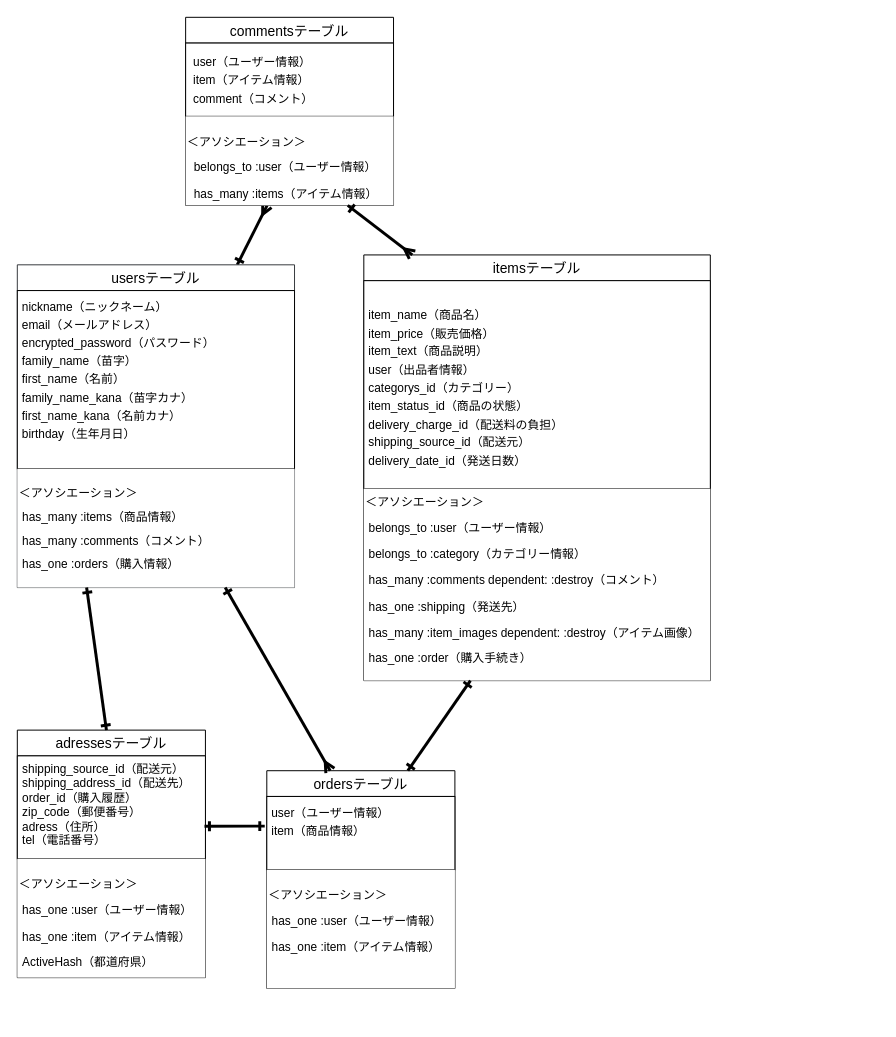
OgawaManami/furima-39432 keeps this draw.io diagram as furima.dio. Above is the earlier version. Source tidied: cells renumbered, new cells numbered last; positions are measured from the earlier drawing's top-left corner, leaving out a move shared by most shapes. Both pictures are drawn from the tidied source at 99%, with x=0, y=0 at pixel (17, 17).
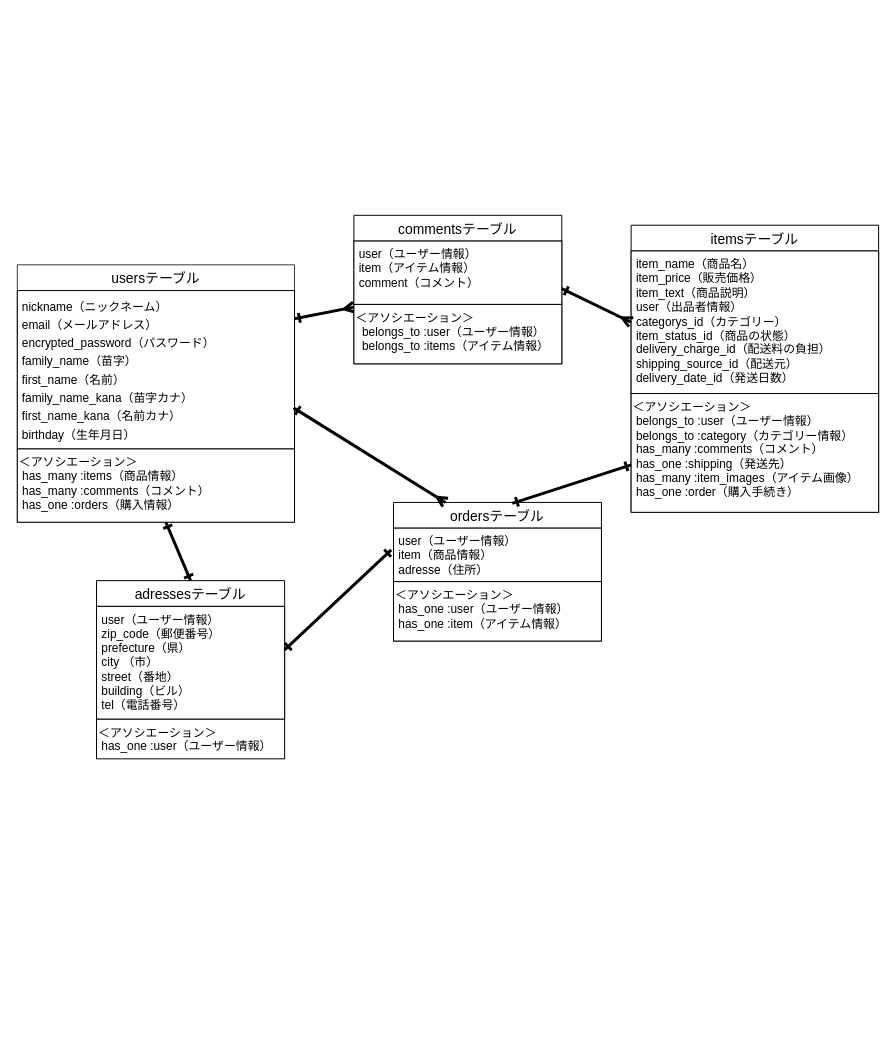
Above is the later version.

Commit message (it also covers changes not shown here):
データベース設計4

# What
ER図・READMEの修正

# Why
データベース設計のため

Change to the diagram source:
```diff
@@
-    <mxCell id="2" style="edgeStyle=none;html=1;strokeWidth=3;endArrow=ERmany;endFill=0;startArrow=ERone;startFill=0;strokeColor=#000000;" parent="1" edge="1" source="3" target="11">
-      <mxGeometry relative="1" as="geometry" />
+    <mxCell id="2" style="edgeStyle=none;html=1;strokeWidth=3;endArrow=ERmany;endFill=0;startArrow=ERone;startFill=0;strokeColor=#000000;" parent="1" edge="1">
+      <mxGeometry relative="1" as="geometry">
+        <mxPoint x="280" y="304.5" as="sourcePoint" />
+        <mxPoint x="340" y="292.7" as="targetPoint" />
+      </mxGeometry>
     </mxCell>
     <mxCell id="3" value="usersテーブル" style="swimlane;fontStyle=0;horizontal=1;startSize=26;align=center;fontSize=14;fillColor=#FFFFFF;strokeColor=#36393d;fontColor=#000000;" parent="1" vertex="1">
-      <mxGeometry y="250" width="280" height="326" as="geometry" />
+      <mxGeometry y="250" width="280" height="260" as="geometry" />
     </mxCell>
-    <mxCell id="4" value="&lt;table class=&quot;simple-table&quot; id=&quot;9bd185af-1321-4c39-ab8a-a43b24b46830&quot;&gt;&lt;tbody&gt;&lt;tr id=&quot;a2c3a442-52ed-4d08-809d-d97ec05c8d3c&quot;&gt;&lt;td style=&quot;width:248.00001525878906px&quot; class=&quot;&quot; id=&quot;:SyN&quot;&gt;nickname（ニックネーム）&lt;/td&gt;&lt;/tr&gt;&lt;tr id=&quot;347a06f4-fe62-43ce-8f1f-9031ac4db5f0&quot;&gt;&lt;td style=&quot;width:248.00001525878906px&quot; class=&quot;&quot; id=&quot;:SyN&quot;&gt;email（メールアドレス）&lt;/td&gt;&lt;/tr&gt;&lt;tr id=&quot;c9671967-ed56-4b54-a96a-01b75f40e549&quot;&gt;&lt;td style=&quot;width:248.00001525878906px&quot; class=&quot;&quot; id=&quot;:SyN&quot;&gt;encrypted_password（パスワード）&lt;/td&gt;&lt;/tr&gt;&lt;tr id=&quot;ae64fb5e-827f-4219-a7c3-fcb88f4b489c&quot;&gt;&lt;td style=&quot;width:248.00001525878906px&quot; class=&quot;&quot; id=&quot;:SyN&quot;&gt;family_name（苗字）&lt;/td&gt;&lt;/tr&gt;&lt;tr id=&quot;817beb4f-c22e-435a-bb0d-8ec43aee03ff&quot;&gt;&lt;td style=&quot;width:248.00001525878906px&quot; class=&quot;&quot; id=&quot;:SyN&quot;&gt;first_name（名前）&lt;/td&gt;&lt;/tr&gt;&lt;tr id=&quot;5f4b0c21-7f36-498a-b97f-b03def7bd669&quot;&gt;&lt;td style=&quot;width:248.00001525878906px&quot; class=&quot;&quot; id=&quot;:SyN&quot;&gt;family_name_kana（苗字カナ）&lt;/td&gt;&lt;/tr&gt;&lt;tr id=&quot;3c18e8ee-b369-42ff-94bb-101354c91507&quot;&gt;&lt;td style=&quot;width:248.00001525878906px&quot; class=&quot;&quot; id=&quot;:SyN&quot;&gt;first_name_kana（名前カナ）&lt;/td&gt;&lt;/tr&gt;&lt;tr id=&quot;883e62f7-6aa8-416e-98df-8fdb998d4b7d&quot;&gt;&lt;td style=&quot;width:248.00001525878906px&quot; class=&quot;&quot; id=&quot;:SyN&quot;&gt;birthday（生年月日）&lt;br&gt;&lt;/td&gt;&lt;/tr&gt;&lt;tr id=&quot;df58a1e7-67f0-466e-8d68-42b73c981189&quot;&gt;&lt;td style=&quot;width:248.00001525878906px&quot; class=&quot;&quot; id=&quot;:SyN&quot;&gt;&lt;br&gt;&lt;/td&gt;&lt;/tr&gt;&lt;/tbody&gt;&lt;/table&gt;" style="text;html=1;align=left;verticalAlign=middle;strokeColor=#000000;fillColor=#FFFFFF;fontColor=#000000;" parent="3" vertex="1">
-      <mxGeometry y="26" width="280" height="180" as="geometry" />
+    <mxCell id="4" value="&lt;table style=&quot;&quot; class=&quot;simple-table&quot; id=&quot;9bd185af-1321-4c39-ab8a-a43b24b46830&quot;&gt;&lt;tbody&gt;&lt;tr id=&quot;a2c3a442-52ed-4d08-809d-d97ec05c8d3c&quot;&gt;&lt;td style=&quot;width: 248px;&quot; class=&quot;&quot; id=&quot;:SyN&quot;&gt;nickname（ニックネーム）&lt;/td&gt;&lt;/tr&gt;&lt;tr id=&quot;347a06f4-fe62-43ce-8f1f-9031ac4db5f0&quot;&gt;&lt;td style=&quot;width: 248px;&quot; class=&quot;&quot; id=&quot;:SyN&quot;&gt;email（メールアドレス）&lt;/td&gt;&lt;/tr&gt;&lt;tr id=&quot;c9671967-ed56-4b54-a96a-01b75f40e549&quot;&gt;&lt;td style=&quot;width: 248px;&quot; class=&quot;&quot; id=&quot;:SyN&quot;&gt;encrypted_password（パスワード）&lt;/td&gt;&lt;/tr&gt;&lt;tr id=&quot;ae64fb5e-827f-4219-a7c3-fcb88f4b489c&quot;&gt;&lt;td style=&quot;width: 248px;&quot; class=&quot;&quot; id=&quot;:SyN&quot;&gt;family_name（苗字）&lt;/td&gt;&lt;/tr&gt;&lt;tr id=&quot;817beb4f-c22e-435a-bb0d-8ec43aee03ff&quot;&gt;&lt;td style=&quot;width: 248px;&quot; class=&quot;&quot; id=&quot;:SyN&quot;&gt;first_name（名前）&lt;/td&gt;&lt;/tr&gt;&lt;tr id=&quot;5f4b0c21-7f36-498a-b97f-b03def7bd669&quot;&gt;&lt;td style=&quot;width: 248px;&quot; class=&quot;&quot; id=&quot;:SyN&quot;&gt;family_name_kana（苗字カナ）&lt;/td&gt;&lt;/tr&gt;&lt;tr id=&quot;3c18e8ee-b369-42ff-94bb-101354c91507&quot;&gt;&lt;td style=&quot;width: 248px;&quot; class=&quot;&quot; id=&quot;:SyN&quot;&gt;first_name_kana（名前カナ）&lt;/td&gt;&lt;/tr&gt;&lt;tr id=&quot;883e62f7-6aa8-416e-98df-8fdb998d4b7d&quot;&gt;&lt;td style=&quot;width: 248px;&quot; class=&quot;&quot; id=&quot;:SyN&quot;&gt;birthday（生年月日）&lt;/td&gt;&lt;/tr&gt;&lt;/tbody&gt;&lt;/table&gt;" style="text;whiteSpace=wrap;html=1;align=left;fillColor=#FFFFFF;fontColor=#000000;strokeColor=#000000;" parent="3" vertex="1">
+      <mxGeometry y="26" width="280" height="160" as="geometry" />
     </mxCell>
-    <mxCell id="5" value="&lt;p style=&quot;line-height: 100%;&quot;&gt;＜アソシエーション＞&lt;/p&gt;&lt;p style=&quot;line-height: 100%;&quot;&gt;&lt;span style=&quot;background-color: initial;&quot;&gt;&amp;nbsp;has_many :items（商品情報）&lt;/span&gt;&lt;/p&gt;&lt;p style=&quot;line-height: 100%;&quot;&gt;&lt;span style=&quot;background-color: initial;&quot;&gt;&amp;nbsp;has_many :comments（コメント）&lt;/span&gt;&lt;/p&gt;&lt;p style=&quot;line-height: 100%;&quot;&gt;&lt;span style=&quot;background-color: initial;&quot;&gt;&amp;nbsp;has_one :orders（購入情報）&lt;/span&gt;&lt;/p&gt;&lt;ul&gt;&lt;br&gt;&lt;/ul&gt;" style="text;whiteSpace=wrap;html=1;align=left;fillColor=#FFFFFF;fontColor=#000000;" parent="3" vertex="1">
-      <mxGeometry y="206" width="280" height="120" as="geometry" />
+    <mxCell id="5" value="&lt;div&gt;＜アソシエーション＞&lt;/div&gt;&lt;div&gt;&amp;nbsp;has_many :items（商品情報）&lt;/div&gt;&lt;div&gt;&amp;nbsp;has_many :comments（コメント）&lt;/div&gt;&lt;div&gt;&amp;nbsp;has_one :orders（購入情報）&lt;/div&gt;" style="text;whiteSpace=wrap;html=1;align=left;fillColor=#FFFFFF;fontColor=#000000;strokeColor=#000000;" parent="3" vertex="1">
+      <mxGeometry y="186" width="280" height="74" as="geometry" />
     </mxCell>
     <mxCell id="6" value="itemsテーブル" style="swimlane;fontStyle=0;horizontal=1;startSize=26;align=center;fontSize=14;labelBackgroundColor=none;fillColor=#FFFFFF;strokeColor=#000000;fontColor=#000000;" parent="1" vertex="1">
-      <mxGeometry x="350" y="240" width="350" height="430" as="geometry" />
+      <mxGeometry x="620" y="210" width="250" height="290" as="geometry" />
     </mxCell>
-    <mxCell id="7" value="&lt;table class=&quot;simple-table&quot; id=&quot;9a7cc304-3847-4f00-a9ed-811c806cf954&quot;&gt;&lt;tbody&gt;&lt;tr id=&quot;3b96ffc5-64da-47e9-abd5-0d5507f8c19a&quot;&gt;&lt;td class=&quot;&quot; id=&quot;vu{n&quot;&gt;&lt;br&gt;&lt;/td&gt;&lt;/tr&gt;&lt;tr id=&quot;43dcb5e8-5552-48d1-b47e-220558d236a5&quot;&gt;&lt;td class=&quot;&quot; id=&quot;vu{n&quot;&gt;item_name（商品名）&lt;br&gt;&lt;/td&gt;&lt;/tr&gt;&lt;tr id=&quot;debb0203-9aca-460e-8576-4602e0dbab65&quot;&gt;&lt;td class=&quot;&quot; id=&quot;vu{n&quot;&gt;item_price（販売価格）&lt;/td&gt;&lt;/tr&gt;&lt;tr id=&quot;758f6579-4fbc-4e43-8bb4-dc5b455c6961&quot;&gt;&lt;td class=&quot;&quot; id=&quot;vu{n&quot;&gt;item_text（商品説明）&lt;/td&gt;&lt;/tr&gt;&lt;tr id=&quot;11010e3c-c81a-4ddd-b29f-d964ffeb25b9&quot;&gt;&lt;td class=&quot;&quot; id=&quot;vu{n&quot;&gt;user（出品者情報）&lt;/td&gt;&lt;/tr&gt;&lt;tr id=&quot;b06888b5-f8ec-49d3-b815-4976b4145e6b&quot;&gt;&lt;td class=&quot;&quot; id=&quot;vu{n&quot;&gt;categorys_id（カテゴリー）&lt;/td&gt;&lt;/tr&gt;&lt;tr id=&quot;891c4286-ed3c-4d7b-8454-55babdb7688a&quot;&gt;&lt;td class=&quot;&quot; id=&quot;vu{n&quot;&gt;item_status_id（商品の状態）&lt;/td&gt;&lt;/tr&gt;&lt;tr id=&quot;8d8f02b4-ef6b-4844-b88c-77c38623eb8f&quot;&gt;&lt;td class=&quot;&quot; id=&quot;vu{n&quot;&gt;delivery_charge_id（配送料の負担）&lt;br&gt;&lt;/td&gt;&lt;/tr&gt;&lt;tr id=&quot;d8748a6d-9999-439e-844c-7c4507fe39d4&quot;&gt;&lt;td class=&quot;&quot; id=&quot;vu{n&quot;&gt;shipping_source_id（配送元）&lt;/td&gt;&lt;/tr&gt;&lt;tr id=&quot;c3923b78-37af-4104-9fef-0c94515a2d20&quot;&gt;&lt;td class=&quot;&quot; id=&quot;vu{n&quot;&gt;delivery_date_id（発送日数）&lt;br&gt;&lt;/td&gt;&lt;/tr&gt;&lt;/tbody&gt;&lt;/table&gt;" style="text;whiteSpace=wrap;html=1;fillColor=#FFFFFF;fontColor=#000000;strokeColor=#000000;" parent="6" vertex="1">
-      <mxGeometry y="26" width="350" height="210" as="geometry" />
+    <mxCell id="7" value="&amp;nbsp;item_name（商品名）&lt;br&gt;&amp;nbsp;item_price（販売価格）&lt;br&gt;&amp;nbsp;item_text（商品説明）&lt;br&gt;&amp;nbsp;user（出品者情報）&lt;br&gt;&amp;nbsp;categorys_id（カテゴリー）&lt;br&gt;&amp;nbsp;item_status_id（商品の状態）&lt;br&gt;&amp;nbsp;delivery_charge_id（配送料の負担）&lt;br&gt;&amp;nbsp;shipping_source_id（配送元）&lt;br&gt;&amp;nbsp;delivery_date_id（発送日数）" style="text;whiteSpace=wrap;html=1;fillColor=#FFFFFF;fontColor=#000000;strokeColor=#000000;" parent="6" vertex="1">
+      <mxGeometry y="26" width="250" height="144" as="geometry" />
     </mxCell>
-    <mxCell id="8" value="&lt;span style=&quot;background-color: initial;&quot;&gt;＜アソシエーション＞&lt;/span&gt;&lt;br&gt;&lt;p&gt;&lt;span style=&quot;background-color: initial;&quot;&gt;&amp;nbsp;belongs_to :user（ユーザー情報）&lt;/span&gt;&lt;/p&gt;&lt;p&gt;&lt;span style=&quot;background-color: initial;&quot;&gt;&amp;nbsp;belongs_to :category（カテゴリー情報）&lt;/span&gt;&lt;/p&gt;&lt;p&gt;&lt;span style=&quot;background-color: initial;&quot;&gt;&amp;nbsp;has_many :comments dependent: :destroy（コメント）&lt;/span&gt;&lt;/p&gt;&lt;p&gt;&lt;span style=&quot;background-color: initial;&quot;&gt;&amp;nbsp;has_one :shipping（発送先）&lt;/span&gt;&lt;/p&gt;&lt;p&gt;&lt;span style=&quot;background-color: initial;&quot;&gt;&amp;nbsp;has_many :item_images dependent: :destroy（アイテム画像）&lt;/span&gt;&lt;/p&gt;&lt;p&gt;&lt;span style=&quot;background-color: initial;&quot;&gt;&amp;nbsp;has_one :order（購入手続き）&lt;/span&gt;&lt;/p&gt;&lt;ul&gt;&lt;br&gt;&lt;/ul&gt;" style="text;whiteSpace=wrap;html=1;fillColor=#FFFFFF;fontColor=#000000;" parent="6" vertex="1">
-      <mxGeometry y="236" width="350" height="194" as="geometry" />
+    <mxCell id="8" value="＜アソシエーション＞&#10; belongs_to :user（ユーザー情報）&#10; belongs_to :category（カテゴリー情報）&#10; has_many :comments（コメント）&#10; has_one :shipping（発送先）&#10; has_many :item_images（アイテム画像）&#10; has_one :order（購入手続き）" style="text;whiteSpace=wrap;html=1;fillColor=#FFFFFF;fontColor=#000000;strokeColor=#000000;" parent="6" vertex="1">
+      <mxGeometry y="170" width="250" height="120" as="geometry" />
     </mxCell>
     <mxCell id="9" value="commentsテーブル" style="swimlane;fontStyle=0;horizontal=1;startSize=26;align=center;fontSize=14;labelBackgroundColor=none;fillColor=#FFFFFF;fontColor=#000000;strokeColor=#000000;" parent="1" vertex="1">
-      <mxGeometry x="170" width="210" height="190" as="geometry" />
+      <mxGeometry x="340" y="200" width="210" height="150" as="geometry" />
     </mxCell>
-    <mxCell id="10" value="&lt;table class=&quot;simple-table&quot; id=&quot;c509d5a9-f7ad-4049-bf6b-777b817cd967&quot;&gt;&lt;tbody&gt;&lt;tr id=&quot;bf407236-3a15-47e2-b883-bbe2dec5cac5&quot;&gt;&lt;td class=&quot;&quot; id=&quot;Rrp]&quot;&gt;&lt;table class=&quot;simple-table&quot; id=&quot;ad13900e-d3d5-4ed6-9904-28c253aa5c77&quot;&gt;&lt;tbody&gt;&lt;tr id=&quot;0867d54f-12ea-450c-b671-ce803147a73a&quot;&gt;&lt;td class=&quot;&quot; id=&quot;yyKo&quot;&gt;user（ユーザー情報）&lt;/td&gt;&lt;/tr&gt;&lt;tr id=&quot;1a4134fa-0805-4bf7-b97c-988c83944608&quot;&gt;&lt;td class=&quot;&quot; id=&quot;yyKo&quot;&gt;item（アイテム情報）&lt;/td&gt;&lt;/tr&gt;&lt;tr id=&quot;e5e97692-99c2-4f89-9fce-9b92ee96914a&quot;&gt;&lt;td class=&quot;&quot; id=&quot;yyKo&quot;&gt;comment（コメント）&lt;br&gt;&lt;/td&gt;&lt;/tr&gt;&lt;/tbody&gt;&lt;/table&gt;&lt;/td&gt;&lt;/tr&gt;&lt;/tbody&gt;&lt;/table&gt;" style="text;whiteSpace=wrap;html=1;fontColor=#000000;fillColor=#FFFFFF;strokeColor=#000000;" parent="9" vertex="1">
-      <mxGeometry y="26" width="210" height="74" as="geometry" />
+    <mxCell id="10" value="&amp;nbsp;user（ユーザー情報）&amp;nbsp;&lt;br&gt;&lt;table class=&quot;simple-table&quot; id=&quot;c509d5a9-f7ad-4049-bf6b-777b817cd967&quot;&gt;&lt;/table&gt;&amp;nbsp;item（アイテム情報）&lt;table class=&quot;simple-table&quot; id=&quot;c509d5a9-f7ad-4049-bf6b-777b817cd967&quot;&gt;&lt;/table&gt;&amp;nbsp;comment（コメント）&lt;table class=&quot;simple-table&quot; id=&quot;c509d5a9-f7ad-4049-bf6b-777b817cd967&quot;&gt;&lt;/table&gt;" style="text;whiteSpace=wrap;html=1;fontColor=#000000;fillColor=#FFFFFF;strokeColor=#000000;" parent="9" vertex="1">
+      <mxGeometry y="26" width="210" height="64" as="geometry" />
     </mxCell>
-    <mxCell id="11" value="&lt;p&gt;＜アソシエーション＞&lt;/p&gt;&lt;p&gt;&lt;span style=&quot;background-color: initial;&quot;&gt;&amp;nbsp;&amp;nbsp;&lt;/span&gt;belongs_to :user（ユーザー情報）&lt;span style=&quot;background-color: initial;&quot;&gt;&amp;nbsp;&lt;/span&gt;&lt;/p&gt;&lt;p&gt;&lt;span style=&quot;background-color: initial;&quot;&gt;&amp;nbsp;&amp;nbsp;&lt;/span&gt;has_many :items&lt;span style=&quot;background-color: initial;&quot;&gt;（&lt;/span&gt;アイテム情報&lt;span style=&quot;background-color: initial;&quot;&gt;）&lt;/span&gt;&lt;/p&gt;&lt;ul&gt;&lt;br&gt;&lt;/ul&gt;" style="text;whiteSpace=wrap;html=1;fontColor=#000000;fillColor=#FFFFFF;" parent="9" vertex="1">
-      <mxGeometry y="100" width="210" height="90" as="geometry" />
+    <mxCell id="11" value="&lt;div&gt;＜アソシエーション＞&lt;/div&gt;&lt;div&gt;&amp;nbsp; belongs_to :user（ユーザー情報）&amp;nbsp;&lt;/div&gt;&lt;div&gt;&amp;nbsp; belongs_to :items（アイテム情報）&lt;/div&gt;" style="text;whiteSpace=wrap;html=1;fontColor=#000000;fillColor=#FFFFFF;strokeColor=#000000;" parent="9" vertex="1">
+      <mxGeometry y="90" width="210" height="60" as="geometry" />
     </mxCell>
     <mxCell id="12" value="ordersテーブル" style="swimlane;fontStyle=0;horizontal=1;startSize=26;align=center;fontSize=14;labelBackgroundColor=none;fillColor=#FFFFFF;fontColor=#000000;strokeColor=#000000;" parent="1" vertex="1">
-      <mxGeometry x="252" y="761" width="190" height="220" as="geometry" />
+      <mxGeometry x="380" y="490" width="210" height="140" as="geometry" />
     </mxCell>
-    <mxCell id="13" value="&lt;table class=&quot;simple-table&quot; id=&quot;aae80b6b-5214-410b-8553-2ab5dd075ec1&quot;&gt;&lt;tbody&gt;&lt;tr id=&quot;569cf191-d3e3-4ce4-a55a-6c4508a633c4&quot;&gt;&lt;td style=&quot;width:216.1944580078125px&quot; class=&quot;&quot; id=&quot;rI|{&quot;&gt;user（ユーザー情報）&lt;/td&gt;&lt;/tr&gt;&lt;tr id=&quot;abfe6f39-1a55-4f2b-89d5-2dca5d783e0a&quot;&gt;&lt;td style=&quot;width:216.1944580078125px&quot; class=&quot;&quot; id=&quot;rI|{&quot;&gt;item（商品情報）&lt;/td&gt;&lt;/tr&gt;&lt;tr id=&quot;126269a5-fd21-4734-b726-af98a0aaa4be&quot;&gt;&lt;td style=&quot;width:216.1944580078125px&quot; class=&quot;&quot; id=&quot;rI|{&quot;&gt;&lt;br&gt;&lt;/td&gt;&lt;/tr&gt;&lt;/tbody&gt;&lt;/table&gt;" style="text;whiteSpace=wrap;html=1;fillColor=#FFFFFF;fontColor=#000000;strokeColor=#000000;" parent="12" vertex="1">
-      <mxGeometry y="26" width="190" height="74" as="geometry" />
+    <mxCell id="13" value="&lt;div&gt;&amp;nbsp;user（ユーザー情報）&lt;/div&gt;&lt;div&gt;&amp;nbsp;item（商品情報）&lt;/div&gt;&lt;div&gt;&amp;nbsp;adresse（住所）&lt;/div&gt;" style="text;whiteSpace=wrap;html=1;fillColor=#FFFFFF;fontColor=#000000;strokeColor=#000000;" parent="12" vertex="1">
+      <mxGeometry y="26" width="210" height="54" as="geometry" />
     </mxCell>
-    <mxCell id="14" value="&lt;p&gt;＜アソシエーション＞&lt;/p&gt;&lt;p&gt;&lt;span style=&quot;background-color: initial;&quot;&gt;&amp;nbsp;has_one :user（ユーザー情報）&lt;/span&gt;&lt;/p&gt;&lt;p&gt;&lt;span style=&quot;background-color: initial;&quot;&gt;&amp;nbsp;has_one :item（アイテム情報）&lt;/span&gt;&lt;/p&gt;&lt;p&gt;&lt;br&gt;&lt;/p&gt;&lt;ul&gt;&lt;br&gt;&lt;/ul&gt;" style="text;whiteSpace=wrap;html=1;fillColor=#FFFFFF;fontColor=#000000;" parent="12" vertex="1">
-      <mxGeometry y="100" width="190" height="120" as="geometry" />
+    <mxCell id="14" value="&lt;div&gt;＜アソシエーション＞&lt;/div&gt;&lt;div&gt;&amp;nbsp;has_one :user（ユーザー情報）&lt;/div&gt;&lt;div&gt;&amp;nbsp;has_one :item（アイテム情報）&lt;/div&gt;" style="text;whiteSpace=wrap;html=1;fillColor=#FFFFFF;fontColor=#000000;strokeColor=#000000;" parent="12" vertex="1">
+      <mxGeometry y="80" width="210" height="60" as="geometry" />
     </mxCell>
-    <mxCell id="15" style="edgeStyle=none;html=1;strokeWidth=3;endArrow=ERmany;endFill=0;startArrow=ERone;startFill=0;strokeColor=#000000;exitX=0.75;exitY=1;exitDx=0;exitDy=0;" parent="1" edge="1" source="5">
+    <mxCell id="15" style="edgeStyle=none;html=1;strokeWidth=3;endArrow=ERmany;endFill=0;startArrow=ERone;startFill=0;strokeColor=#000000;exitX=1;exitY=0.25;exitDx=0;exitDy=0;entryX=0.25;entryY=0;entryDx=0;entryDy=0;" parent="1" edge="1" target="12">
       <mxGeometry relative="1" as="geometry">
-        <mxPoint x="316" y="761" as="targetPoint" />
+        <mxPoint x="279" y="394.5" as="sourcePoint" />
       </mxGeometry>
     </mxCell>
-    <mxCell id="16" style="edgeStyle=none;html=1;strokeWidth=3;endArrow=ERmany;endFill=0;startArrow=ERone;startFill=0;entryX=0.14;entryY=0;entryDx=0;entryDy=0;entryPerimeter=0;strokeColor=#000000;" parent="1" edge="1" source="11" target="6">
+    <mxCell id="16" style="edgeStyle=none;html=1;strokeWidth=3;endArrow=ERmany;endFill=0;startArrow=ERone;startFill=0;entryX=0;entryY=0.5;entryDx=0;entryDy=0;strokeColor=#000000;exitX=1;exitY=0.75;exitDx=0;exitDy=0;" parent="1" edge="1" source="10" target="7">
       <mxGeometry relative="1" as="geometry" />
     </mxCell>
-    <mxCell id="17" style="edgeStyle=none;html=1;exitX=0.75;exitY=0;exitDx=0;exitDy=0;strokeWidth=3;startArrow=ERone;startFill=0;endArrow=ERone;endFill=0;strokeColor=#000000;" parent="1" edge="1" source="12" target="8">
+    <mxCell id="17" style="edgeStyle=none;html=1;strokeWidth=3;startArrow=ERone;startFill=0;endArrow=ERone;endFill=0;strokeColor=#000000;exitX=0.571;exitY=0.007;exitDx=0;exitDy=0;exitPerimeter=0;entryX=0;entryY=0.6;entryDx=0;entryDy=0;entryPerimeter=0;" parent="1" edge="1" source="12" target="8">
       <mxGeometry relative="1" as="geometry" />
     </mxCell>
     <mxCell id="18" value="adressesテーブル" style="swimlane;fontStyle=0;horizontal=1;startSize=26;align=center;fontSize=14;labelBackgroundColor=none;fillColor=#FFFFFF;fontColor=#000000;strokeColor=#000000;" parent="1" vertex="1">
-      <mxGeometry y="720" width="190" height="250" as="geometry" />
+      <mxGeometry x="80" y="569" width="190" height="140" as="geometry" />
     </mxCell>
-    <mxCell id="19" style="edgeStyle=none;html=1;exitX=0.5;exitY=1;exitDx=0;exitDy=0;" parent="18" edge="1" source="20" target="21">
-      <mxGeometry relative="1" as="geometry" />
-    </mxCell>
-    <mxCell id="20" value="&lt;div&gt;&amp;nbsp;shipping_source_id（配送元）&lt;/div&gt;&lt;div&gt;&amp;nbsp;shipping_address_id（配送先）&lt;/div&gt;&lt;div&gt;&amp;nbsp;order_id（購入履歴）&lt;/div&gt;&lt;div&gt;&amp;nbsp;zip_code（郵便番号）&lt;/div&gt;&lt;div&gt;&amp;nbsp;adress（住所）&lt;/div&gt;&lt;div&gt;&amp;nbsp;tel（電話番号）&lt;/div&gt;" style="text;whiteSpace=wrap;html=1;fillColor=#FFFFFF;fontColor=#000000;strokeColor=#000000;" parent="18" vertex="1">
-      <mxGeometry y="26" width="190" height="104" as="geometry" />
+    <mxCell id="20" value="&lt;div&gt;&amp;nbsp;user（ユーザー情報）&lt;/div&gt;&lt;div&gt;&amp;nbsp;zip_code（郵便番号）&amp;nbsp;&lt;/div&gt;&lt;div&gt;&amp;nbsp;prefecture（県）&lt;br&gt;&lt;/div&gt;&lt;div&gt;&amp;nbsp;city&amp;nbsp;（市）&lt;/div&gt;&lt;div&gt;&amp;nbsp;street（番地）&lt;br&gt;&lt;/div&gt;&lt;div&gt;&amp;nbsp;building（ビル）&lt;/div&gt;&lt;div&gt;&amp;nbsp;tel（電話番号）&lt;/div&gt;" style="text;whiteSpace=wrap;html=1;fillColor=#FFFFFF;fontColor=#000000;strokeColor=#000000;" parent="18" vertex="1">
+      <mxGeometry y="26" width="190" height="114" as="geometry" />
     </mxCell>
-    <mxCell id="21" value="&lt;p&gt;＜アソシエーション＞&lt;/p&gt;&lt;p&gt;&lt;span style=&quot;background-color: initial;&quot;&gt;&amp;nbsp;has_one :user（ユーザー情報）&lt;/span&gt;&lt;/p&gt;&lt;p&gt;&lt;span style=&quot;background-color: initial;&quot;&gt;&amp;nbsp;has_one :item（アイテム情報）&lt;/span&gt;&lt;/p&gt;&lt;p&gt;&lt;span style=&quot;background-color: initial;&quot;&gt;&amp;nbsp;ActiveHash（都道府県）&lt;/span&gt;&lt;/p&gt;&lt;ul&gt;&lt;br&gt;&lt;/ul&gt;" style="text;whiteSpace=wrap;html=1;fillColor=#FFFFFF;fontColor=#000000;" parent="18" vertex="1">
-      <mxGeometry y="130" width="190" height="120" as="geometry" />
-    </mxCell>
-    <mxCell id="22" style="edgeStyle=none;html=1;exitX=0.75;exitY=0;exitDx=0;exitDy=0;strokeWidth=3;startArrow=ERone;startFill=0;endArrow=ERone;endFill=0;strokeColor=#000000;entryX=0.25;entryY=1;entryDx=0;entryDy=0;" parent="1" edge="1" target="5">
+    <mxCell id="22" style="edgeStyle=none;html=1;exitX=0.5;exitY=0;exitDx=0;exitDy=0;strokeWidth=3;startArrow=ERone;startFill=0;endArrow=ERone;endFill=0;strokeColor=#000000;entryX=0.25;entryY=1;entryDx=0;entryDy=0;" parent="18" edge="1" source="18">
       <mxGeometry relative="1" as="geometry">
-        <mxPoint x="90" y="720" as="sourcePoint" />
+        <mxPoint x="70" y="-59" as="targetPoint" />
       </mxGeometry>
     </mxCell>
-    <mxCell id="23" style="edgeStyle=none;html=1;exitX=0.995;exitY=0.683;exitDx=0;exitDy=0;strokeWidth=3;startArrow=ERone;startFill=0;endArrow=ERone;endFill=0;strokeColor=#000000;entryX=-0.011;entryY=0.405;entryDx=0;entryDy=0;entryPerimeter=0;exitPerimeter=0;" parent="1" edge="1" source="20" target="13">
+    <mxCell id="23" style="edgeStyle=none;html=1;strokeWidth=3;startArrow=ERone;startFill=0;endArrow=ERone;endFill=0;strokeColor=#000000;entryX=-0.011;entryY=0.405;entryDx=0;entryDy=0;entryPerimeter=0;exitX=1;exitY=0.5;exitDx=0;exitDy=0;" parent="1" edge="1" source="18" target="13">
       <mxGeometry relative="1" as="geometry" />
     </mxCell>
+    <mxCell id="21" value="&lt;div&gt;＜アソシエーション＞&lt;/div&gt;&lt;div&gt;&amp;nbsp;has_one :user（ユーザー情報）&lt;/div&gt;" style="text;whiteSpace=wrap;html=1;fillColor=#FFFFFF;fontColor=#000000;strokeColor=#000000;" parent="1" vertex="1">
+      <mxGeometry x="80" y="709" width="190" height="40" as="geometry" />
+    </mxCell>
+    <mxCell id="19" style="edgeStyle=none;html=1;exitX=0.5;exitY=1;exitDx=0;exitDy=0;" parent="1" edge="1" source="20" target="21">
+      <mxGeometry relative="1" as="geometry" />
+    </mxCell>
```
